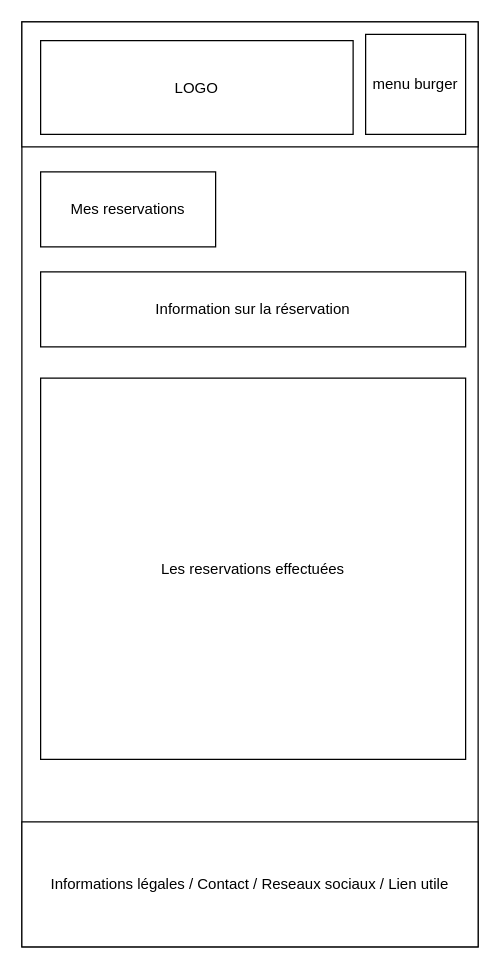
SeguierJonathan/ZombieLand keeps this draw.io diagram as page "Mes reservations" (5 of 9) of doc/wireframe_mobile.drawio. Above is the earlier version. Source tidied: cells renumbered, new cells numbered last; positions are measured from the earlier drawing's top-left corner, leaving out a move shared by most shapes. Both pictures are drawn from the tidied source at 125%, with x=0, y=0 at pixel (21, 21).
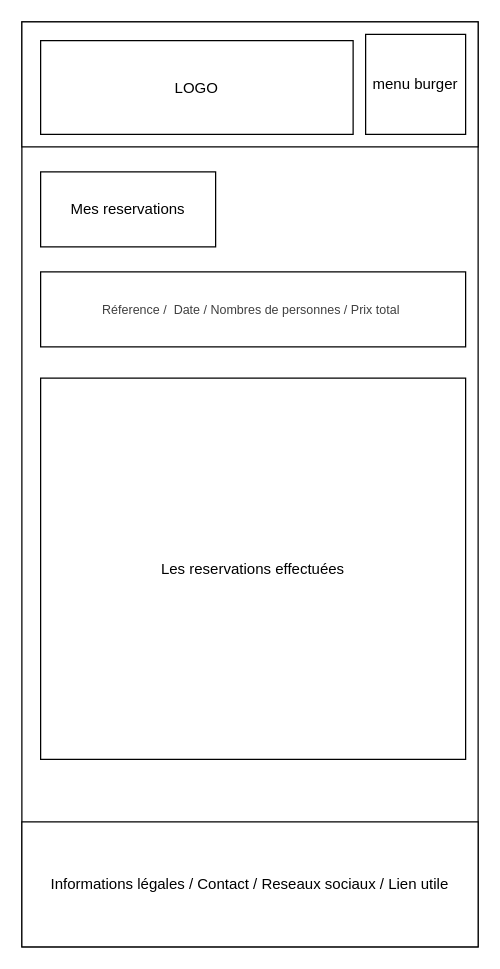
The same page after the edit.

What changed in the source:
```diff
@@
 <mxGraphModel>
   <root>
     <mxCell id="0" />
     <mxCell id="1" parent="0" />
     <mxCell id="2" style="rounded=0;whiteSpace=wrap;html=1;" parent="1" vertex="1">
       <mxGeometry width="365" height="740" as="geometry" />
     </mxCell>
     <mxCell id="3" value="Informations légales / Contact / Reseaux sociaux / Lien utile" style="rounded=0;whiteSpace=wrap;html=1;" parent="1" vertex="1">
       <mxGeometry y="640" width="365" height="100" as="geometry" />
     </mxCell>
     <mxCell id="4" style="rounded=0;whiteSpace=wrap;html=1;" parent="1" vertex="1">
       <mxGeometry width="365" height="100" as="geometry" />
     </mxCell>
     <mxCell id="5" value="LOGO" style="rounded=0;whiteSpace=wrap;html=1;" parent="1" vertex="1">
       <mxGeometry x="15" y="15" width="250" height="75" as="geometry" />
     </mxCell>
     <mxCell id="6" value="menu burger" style="rounded=0;whiteSpace=wrap;html=1;" parent="1" vertex="1">
       <mxGeometry x="275" y="10" width="80" height="80" as="geometry" />
     </mxCell>
     <mxCell id="7" value="Les reservations effectuées" style="rounded=0;whiteSpace=wrap;html=1;" parent="1" vertex="1">
       <mxGeometry x="15" y="285" width="340" height="305" as="geometry" />
     </mxCell>
     <mxCell id="8" value="Mes reservations" style="rounded=0;whiteSpace=wrap;html=1;" parent="1" vertex="1">
       <mxGeometry x="15" y="120" width="140" height="60" as="geometry" />
     </mxCell>
-    <mxCell id="9" value="Information sur la réservation" style="rounded=0;whiteSpace=wrap;html=1;" parent="1" vertex="1">
+    <mxCell id="9" value="&lt;span style=&quot;color: rgb(63, 63, 63);&quot;&gt;&lt;font style=&quot;font-size: 10px;&quot;&gt;Réference /&amp;nbsp; Date / Nombres de personnes / Prix total&amp;nbsp;&lt;/font&gt;&lt;/span&gt;" style="rounded=0;whiteSpace=wrap;html=1;" parent="1" vertex="1">
       <mxGeometry x="15" y="200" width="340" height="60" as="geometry" />
     </mxCell>
   </root>
 </mxGraphModel>
```
